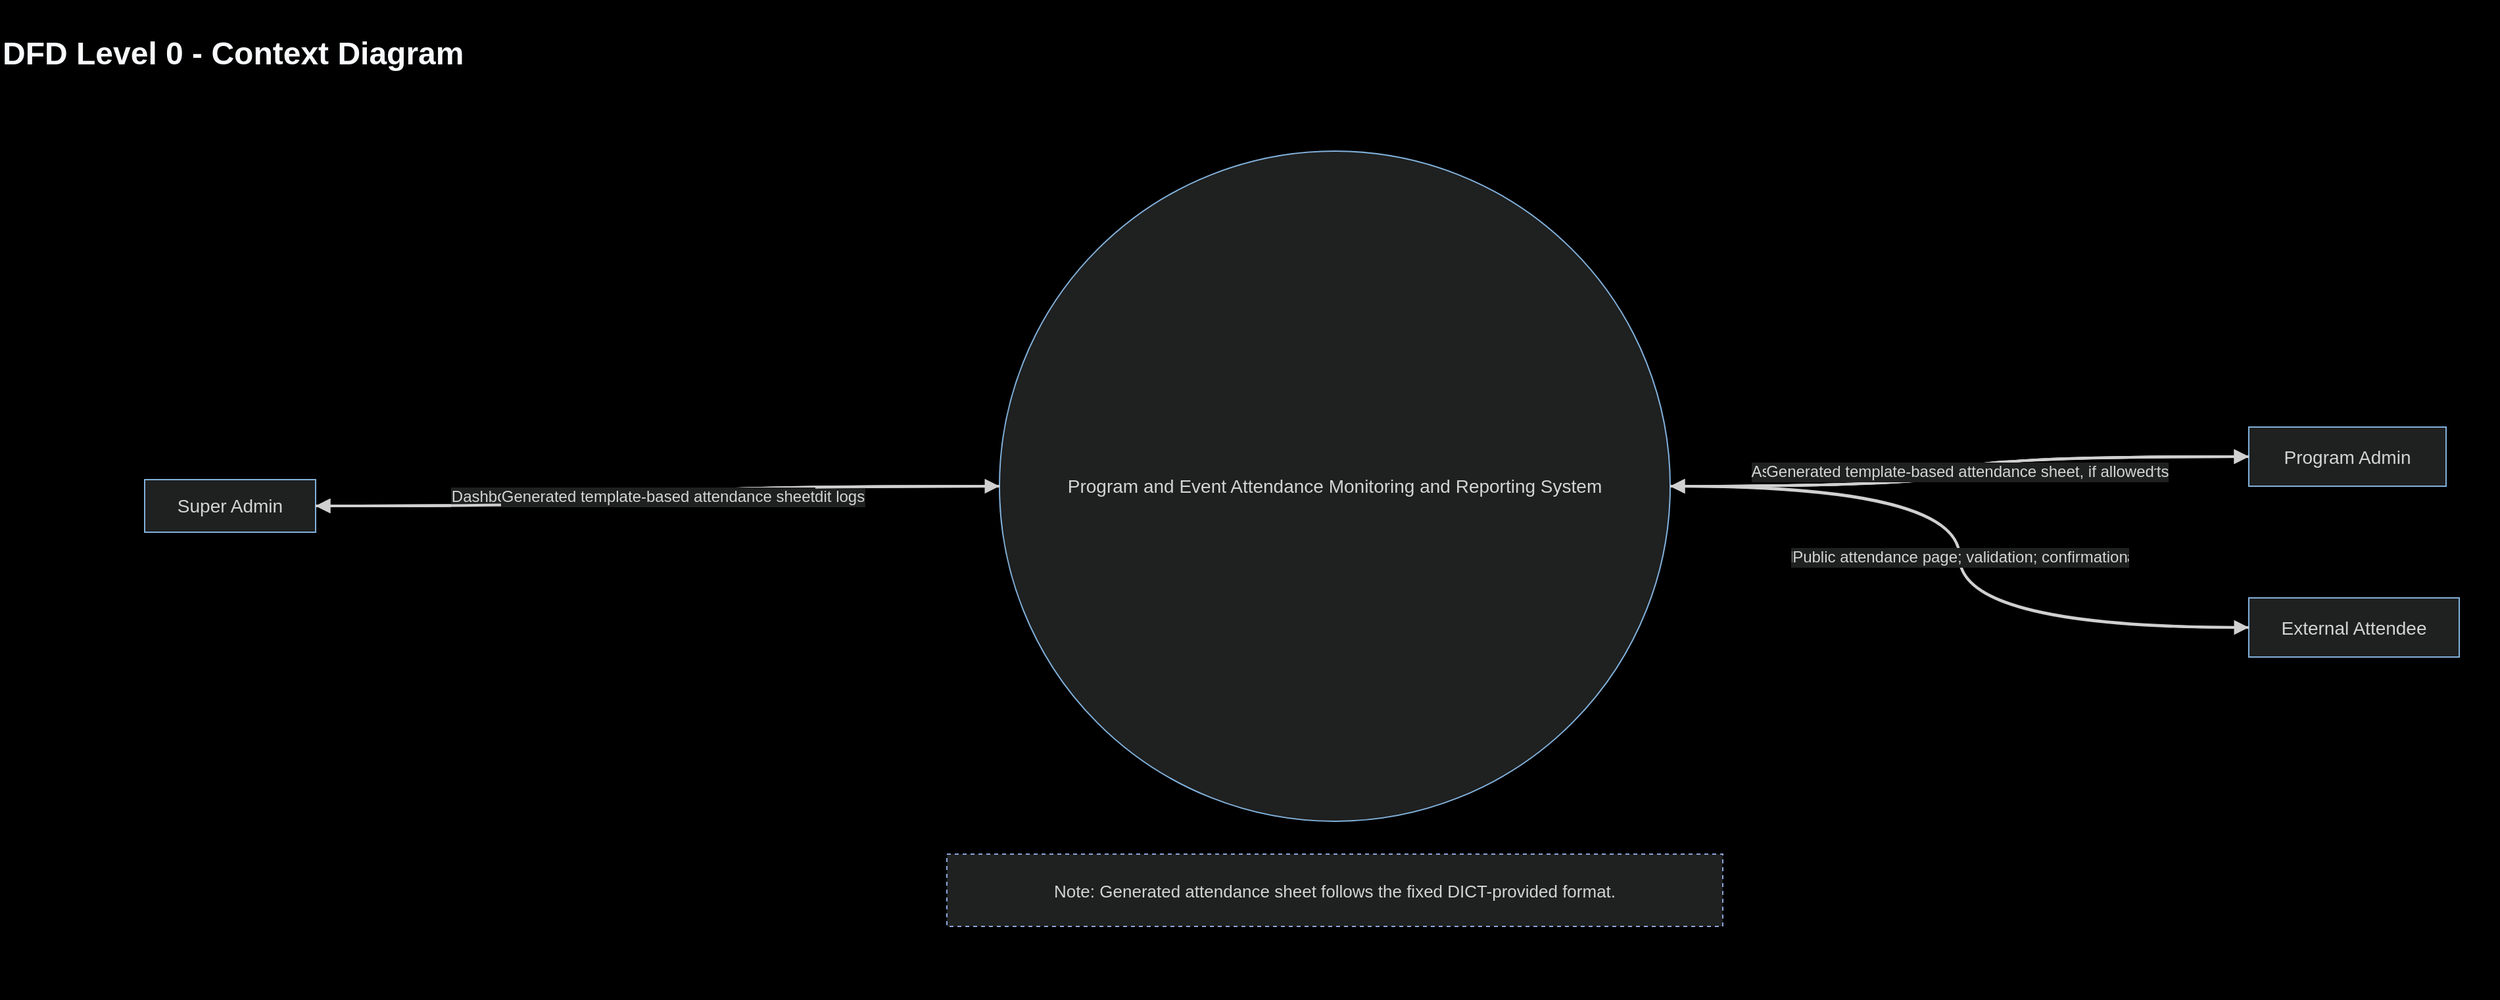
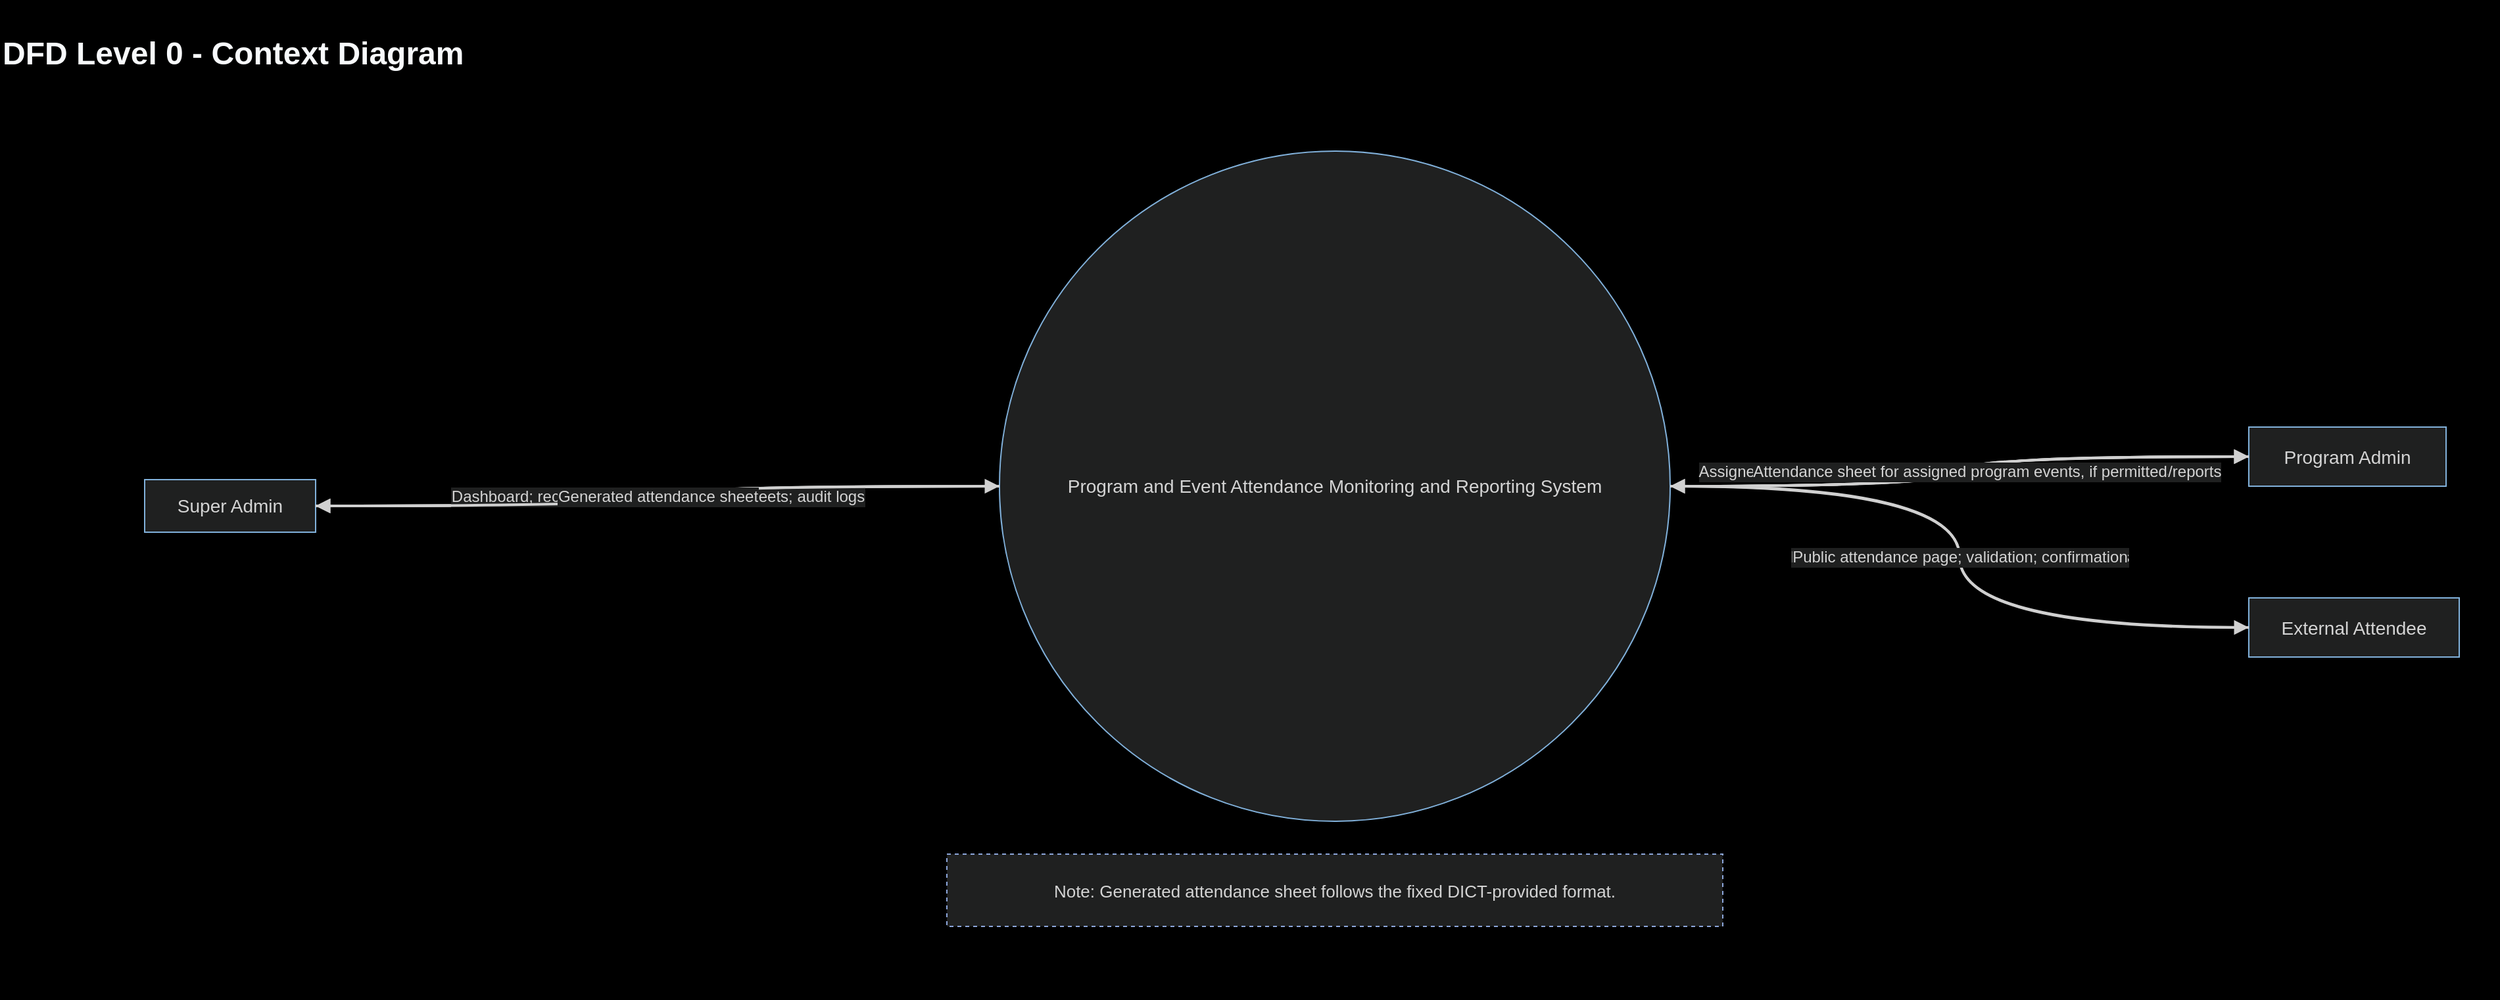
<?xml version='1.0' encoding='utf-8'?>
- <mxfile host="app.diagrams.net"><diagram name="DFD Level 0 - Context Diagram"><mxGraphModel dx="1900" dy="760" grid="1" gridSize="10" guides="1" tooltips="1" connect="1" arrows="1" fold="1" page="1" pageScale="1" pageWidth="1900" pageHeight="760" background="#000000" math="0" shadow="0"><root><mxCell id="0" /><mxCell id="1" parent="0" /><mxCell id="background" value="" style="rounded=0;whiteSpace=wrap;html=1;fillColor=#000000;strokeColor=none;locked=1;" vertex="1" parent="1"><mxGeometry x="0" y="0" width="1900" height="760" as="geometry" /></mxCell><mxCell id="title" value="DFD Level 0 - Context Diagram" style="text;html=1;strokeColor=none;fillColor=none;fontColor=#f8fafc;fontStyle=1;fontSize=24;" vertex="1" parent="1"><mxGeometry x="0" y="20" width="1900" height="40" as="geometry" /></mxCell><mxCell id="super_admin" value="Super Admin" style="rounded=0;whiteSpace=wrap;html=1;strokeColor=#81B1DB;fillColor=#1f2020;fontColor=#d4d4d4;fontStyle=0;fontSize=14;spacing=8;" vertex="1" parent="1"><mxGeometry x="110" y="365" width="130" height="40" as="geometry" /></mxCell><mxCell id="system" value="Program and Event Attendance Monitoring and Reporting System" style="ellipse;whiteSpace=wrap;html=1;strokeColor=#81B1DB;fillColor=#1f2020;fontColor=#d4d4d4;fontStyle=0;fontSize=14;spacing=8;" vertex="1" parent="1"><mxGeometry x="760" y="115" width="510" height="510" as="geometry" /></mxCell><mxCell id="program_admin" value="Program Admin" style="rounded=0;whiteSpace=wrap;html=1;strokeColor=#81B1DB;fillColor=#1f2020;fontColor=#d4d4d4;fontStyle=0;fontSize=14;spacing=8;" vertex="1" parent="1"><mxGeometry x="1710" y="325" width="150" height="45" as="geometry" /></mxCell><mxCell id="attendee" value="External Attendee" style="rounded=0;whiteSpace=wrap;html=1;strokeColor=#81B1DB;fillColor=#1f2020;fontColor=#d4d4d4;fontStyle=0;fontSize=14;spacing=8;" vertex="1" parent="1"><mxGeometry x="1710" y="455" width="160" height="45" as="geometry" /></mxCell><mxCell id="note_template" value="Note: Generated attendance sheet follows the fixed DICT-provided format." style="rounded=0;whiteSpace=wrap;html=1;strokeColor=#8CA6DB;fillColor=#1f2020;fontColor=#d4d4d4;fontSize=13;spacing=8;dashed=1;" vertex="1" parent="1"><mxGeometry x="720" y="650" width="590" height="55" as="geometry" /></mxCell><mxCell id="e1" value="Login credentials; program/user/event/report requests" style="edgeStyle=orthogonalEdgeStyle;rounded=1;curved=1;html=1;endArrow=block;strokeColor=#d0d0d0;fontColor=#d4d4d4;fontSize=12;labelBackgroundColor=#1f2020;strokeWidth=2;" edge="1" parent="1" source="super_admin" target="system"><mxGeometry relative="1" as="geometry" /></mxCell><mxCell id="e2" value="Dashboard; records; QR/link; attendance sheets; audit logs" style="edgeStyle=orthogonalEdgeStyle;rounded=1;curved=1;html=1;endArrow=block;strokeColor=#d0d0d0;fontColor=#d4d4d4;fontSize=12;labelBackgroundColor=#1f2020;strokeWidth=2;" edge="1" parent="1" source="system" target="super_admin"><mxGeometry relative="1" as="geometry" /></mxCell><mxCell id="e3" value="Login credentials; assigned event/status/report requests" style="edgeStyle=orthogonalEdgeStyle;rounded=1;curved=1;html=1;endArrow=block;strokeColor=#d0d0d0;fontColor=#d4d4d4;fontSize=12;labelBackgroundColor=#1f2020;strokeWidth=2;" edge="1" parent="1" source="program_admin" target="system"><mxGeometry relative="1" as="geometry" /></mxCell><mxCell id="e4" value="Assigned programs/events; QR/link; records; sheets/reports" style="edgeStyle=orthogonalEdgeStyle;rounded=1;curved=1;html=1;endArrow=block;strokeColor=#d0d0d0;fontColor=#d4d4d4;fontSize=12;labelBackgroundColor=#1f2020;strokeWidth=2;" edge="1" parent="1" source="system" target="program_admin"><mxGeometry relative="1" as="geometry" /></mxCell><mxCell id="e5" value="Fixed attendance details and consent responses" style="edgeStyle=orthogonalEdgeStyle;rounded=1;curved=1;html=1;endArrow=block;strokeColor=#d0d0d0;fontColor=#d4d4d4;fontSize=12;labelBackgroundColor=#1f2020;strokeWidth=2;" edge="1" parent="1" source="attendee" target="system"><mxGeometry relative="1" as="geometry" /></mxCell><mxCell id="e6" value="Public attendance page; validation; confirmation" style="edgeStyle=orthogonalEdgeStyle;rounded=1;curved=1;html=1;endArrow=block;strokeColor=#d0d0d0;fontColor=#d4d4d4;fontSize=12;labelBackgroundColor=#1f2020;strokeWidth=2;" edge="1" parent="1" source="system" target="attendee"><mxGeometry relative="1" as="geometry" /></mxCell><mxCell id="e7" value="Generated template-based attendance sheet, if allowed" style="edgeStyle=orthogonalEdgeStyle;rounded=1;curved=1;html=1;endArrow=block;strokeColor=#d0d0d0;fontColor=#d4d4d4;fontSize=12;labelBackgroundColor=#1f2020;strokeWidth=2;" edge="1" parent="1" source="system" target="program_admin"><mxGeometry relative="1" as="geometry" /></mxCell><mxCell id="e8" value="Generated template-based attendance sheet" style="edgeStyle=orthogonalEdgeStyle;rounded=1;curved=1;html=1;endArrow=block;strokeColor=#d0d0d0;fontColor=#d4d4d4;fontSize=12;labelBackgroundColor=#1f2020;strokeWidth=2;" edge="1" parent="1" source="system" target="super_admin"><mxGeometry relative="1" as="geometry" /></mxCell></root></mxGraphModel></diagram></mxfile>+ <mxfile host="app.diagrams.net"><diagram name="DFD Level 0 - Context Diagram"><mxGraphModel dx="1900" dy="760" grid="1" gridSize="10" guides="1" tooltips="1" connect="1" arrows="1" fold="1" page="1" pageScale="1" pageWidth="1900" pageHeight="760" background="#000000" math="0" shadow="0"><root><mxCell id="0" /><mxCell id="1" parent="0" /><mxCell id="background" value="" style="rounded=0;whiteSpace=wrap;html=1;fillColor=#000000;strokeColor=none;locked=1;" vertex="1" parent="1"><mxGeometry x="0" y="0" width="1900" height="760" as="geometry" /></mxCell><mxCell id="title" value="DFD Level 0 - Context Diagram" style="text;html=1;strokeColor=none;fillColor=none;fontColor=#f8fafc;fontStyle=1;fontSize=24;" vertex="1" parent="1"><mxGeometry x="0" y="20" width="1900" height="40" as="geometry" /></mxCell><mxCell id="super_admin" value="Super Admin" style="rounded=0;whiteSpace=wrap;html=1;strokeColor=#81B1DB;fillColor=#1f2020;fontColor=#d4d4d4;fontStyle=0;fontSize=14;spacing=8;" vertex="1" parent="1"><mxGeometry x="110" y="365" width="130" height="40" as="geometry" /></mxCell><mxCell id="system" value="Program and Event Attendance Monitoring and Reporting System" style="ellipse;whiteSpace=wrap;html=1;strokeColor=#81B1DB;fillColor=#1f2020;fontColor=#d4d4d4;fontStyle=0;fontSize=14;spacing=8;" vertex="1" parent="1"><mxGeometry x="760" y="115" width="510" height="510" as="geometry" /></mxCell><mxCell id="program_admin" value="Program Admin" style="rounded=0;whiteSpace=wrap;html=1;strokeColor=#81B1DB;fillColor=#1f2020;fontColor=#d4d4d4;fontStyle=0;fontSize=14;spacing=8;" vertex="1" parent="1"><mxGeometry x="1710" y="325" width="150" height="45" as="geometry" /></mxCell><mxCell id="attendee" value="External Attendee" style="rounded=0;whiteSpace=wrap;html=1;strokeColor=#81B1DB;fillColor=#1f2020;fontColor=#d4d4d4;fontStyle=0;fontSize=14;spacing=8;" vertex="1" parent="1"><mxGeometry x="1710" y="455" width="160" height="45" as="geometry" /></mxCell><mxCell id="note_template" value="Note: Generated attendance sheet follows the fixed DICT-provided format." style="rounded=0;whiteSpace=wrap;html=1;strokeColor=#8CA6DB;fillColor=#1f2020;fontColor=#d4d4d4;fontSize=13;spacing=8;dashed=1;" vertex="1" parent="1"><mxGeometry x="720" y="650" width="590" height="55" as="geometry" /></mxCell><mxCell id="e1" value="Login credentials; program/user/event/report requests" style="edgeStyle=orthogonalEdgeStyle;rounded=1;curved=1;html=1;endArrow=block;strokeColor=#d0d0d0;fontColor=#d4d4d4;fontSize=12;labelBackgroundColor=#1f2020;strokeWidth=2;" edge="1" parent="1" source="super_admin" target="system"><mxGeometry relative="1" as="geometry" /></mxCell><mxCell id="e2" value="Dashboard; records; QR/link; attendance sheets; audit logs" style="edgeStyle=orthogonalEdgeStyle;rounded=1;curved=1;html=1;endArrow=block;strokeColor=#d0d0d0;fontColor=#d4d4d4;fontSize=12;labelBackgroundColor=#1f2020;strokeWidth=2;" edge="1" parent="1" source="system" target="super_admin"><mxGeometry relative="1" as="geometry" /></mxCell><mxCell id="e3" value="Login credentials; event/status/report requests for assigned program" style="edgeStyle=orthogonalEdgeStyle;rounded=1;curved=1;html=1;endArrow=block;strokeColor=#d0d0d0;fontColor=#d4d4d4;fontSize=12;labelBackgroundColor=#1f2020;strokeWidth=2;" edge="1" parent="1" source="program_admin" target="system"><mxGeometry relative="1" as="geometry" /></mxCell><mxCell id="e4" value="Assigned program dashboard; event tools; QR/link; records; sheets/reports" style="edgeStyle=orthogonalEdgeStyle;rounded=1;curved=1;html=1;endArrow=block;strokeColor=#d0d0d0;fontColor=#d4d4d4;fontSize=12;labelBackgroundColor=#1f2020;strokeWidth=2;" edge="1" parent="1" source="system" target="program_admin"><mxGeometry relative="1" as="geometry" /></mxCell><mxCell id="e5" value="Fixed attendance details and consent responses" style="edgeStyle=orthogonalEdgeStyle;rounded=1;curved=1;html=1;endArrow=block;strokeColor=#d0d0d0;fontColor=#d4d4d4;fontSize=12;labelBackgroundColor=#1f2020;strokeWidth=2;" edge="1" parent="1" source="attendee" target="system"><mxGeometry relative="1" as="geometry" /></mxCell><mxCell id="e6" value="Public attendance page; validation; confirmation" style="edgeStyle=orthogonalEdgeStyle;rounded=1;curved=1;html=1;endArrow=block;strokeColor=#d0d0d0;fontColor=#d4d4d4;fontSize=12;labelBackgroundColor=#1f2020;strokeWidth=2;" edge="1" parent="1" source="system" target="attendee"><mxGeometry relative="1" as="geometry" /></mxCell><mxCell id="e7" value="Attendance sheet for assigned program events, if permitted" style="edgeStyle=orthogonalEdgeStyle;rounded=1;curved=1;html=1;endArrow=block;strokeColor=#d0d0d0;fontColor=#d4d4d4;fontSize=12;labelBackgroundColor=#1f2020;strokeWidth=2;" edge="1" parent="1" source="system" target="program_admin"><mxGeometry relative="1" as="geometry" /></mxCell><mxCell id="e8" value="Generated attendance sheet" style="edgeStyle=orthogonalEdgeStyle;rounded=1;curved=1;html=1;endArrow=block;strokeColor=#d0d0d0;fontColor=#d4d4d4;fontSize=12;labelBackgroundColor=#1f2020;strokeWidth=2;" edge="1" parent="1" source="system" target="super_admin"><mxGeometry relative="1" as="geometry" /></mxCell></root></mxGraphModel></diagram></mxfile>